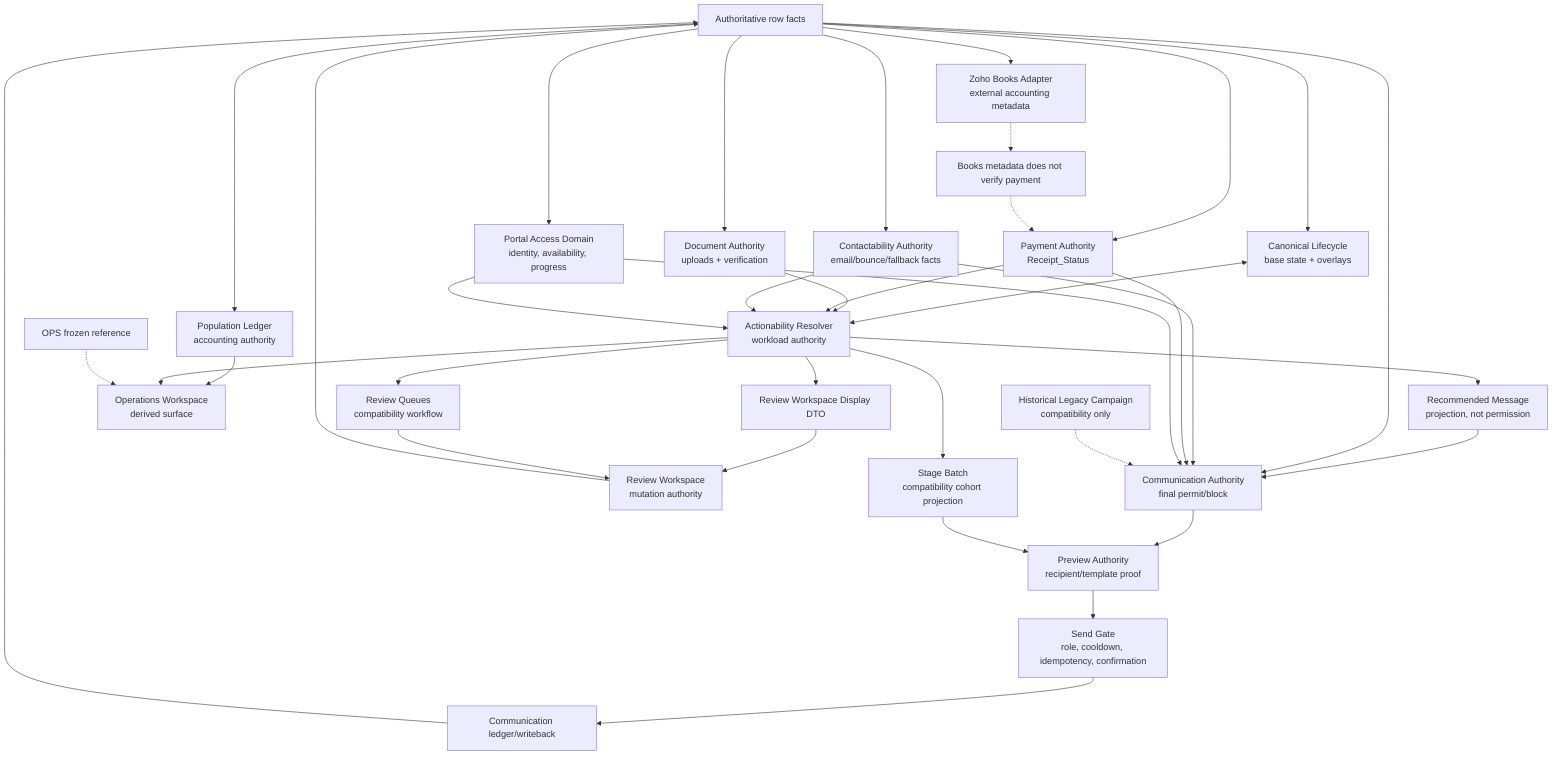
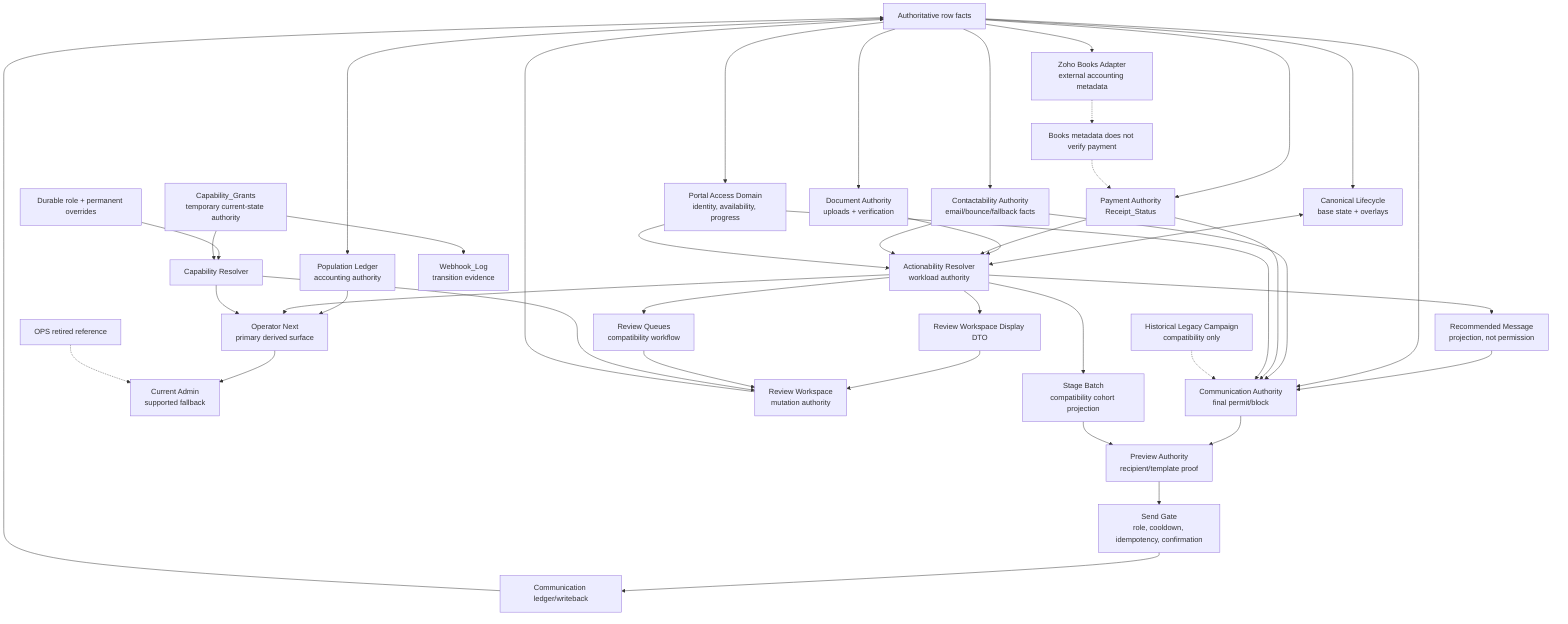
flowchart TD
  RF["Authoritative row facts"] --> LIFE["Canonical Lifecycle<br/>base state + overlays"]
  RF --> DOC["Document Authority<br/>uploads + verification"]
  RF --> PAY["Payment Authority<br/>Receipt_Status"]
  RF --> CONTACT["Contactability Authority<br/>email/bounce/fallback facts"]
  RF --> PORTAL["Portal Access Domain<br/>identity, availability, progress"]

  LIFE <--> ACTION["Actionability Resolver<br/>workload authority"]
  DOC --> ACTION
  PAY --> ACTION
  CONTACT --> ACTION
  PORTAL --> ACTION

  ACTION --> REC["Recommended Message<br/>projection, not permission"]
  REC --> COMMAUTH["Communication Authority<br/>final permit/block"]
  RF --> COMMAUTH
  CONTACT --> COMMAUTH
  PAY --> COMMAUTH
  PORTAL --> COMMAUTH

  COMMAUTH --> PREVIEW["Preview Authority<br/>recipient/template proof"]
  PREVIEW --> SEND["Send Gate<br/>role, cooldown, idempotency, confirmation"]
  SEND --> LOG["Communication ledger/writeback"]
  LOG --> RF

  RF --> LEDGER["Population Ledger<br/>accounting authority"]
-   LEDGER --> OPSWS["Operations Workspace<br/>derived surface"]
-   ACTION --> OPSWS
+   LEDGER --> ONX["Operator Next<br/>primary derived surface"]
+   ACTION --> ONX
+   ONX --> ADMIN["Current Admin<br/>supported fallback"]
  ACTION --> REVIEWDTO["Review Workspace Display DTO"]
  REVIEWDTO --> REVIEW["Review Workspace<br/>mutation authority"]
  REVIEW --> RF

  ACTION --> STAGE["Stage Batch<br/>compatibility cohort projection"]
  ACTION --> QUEUES["Review Queues<br/>compatibility workflow"]
  STAGE --> PREVIEW
  QUEUES --> REVIEW

+   ROLE["Durable role + permanent overrides"] --> CAP["Capability Resolver"]
+   GRANTS["Capability_Grants<br/>temporary current-state authority"] --> CAP
+   CAP --> ONX
+   CAP --> REVIEW
+   GRANTS --> AUDIT["Webhook_Log<br/>transition evidence"]
+ 
  RF --> ZOHO["Zoho Books Adapter<br/>external accounting metadata"]
  ZOHO -.-> ZNOTE["Books metadata does not verify payment"]
  ZNOTE -.-> PAY
-   OPS["OPS frozen reference"] -.-> OPSWS
+   OPS["OPS retired reference"] -.-> ADMIN
  HIST["Historical Legacy Campaign<br/>compatibility only"] -.-> COMMAUTH
